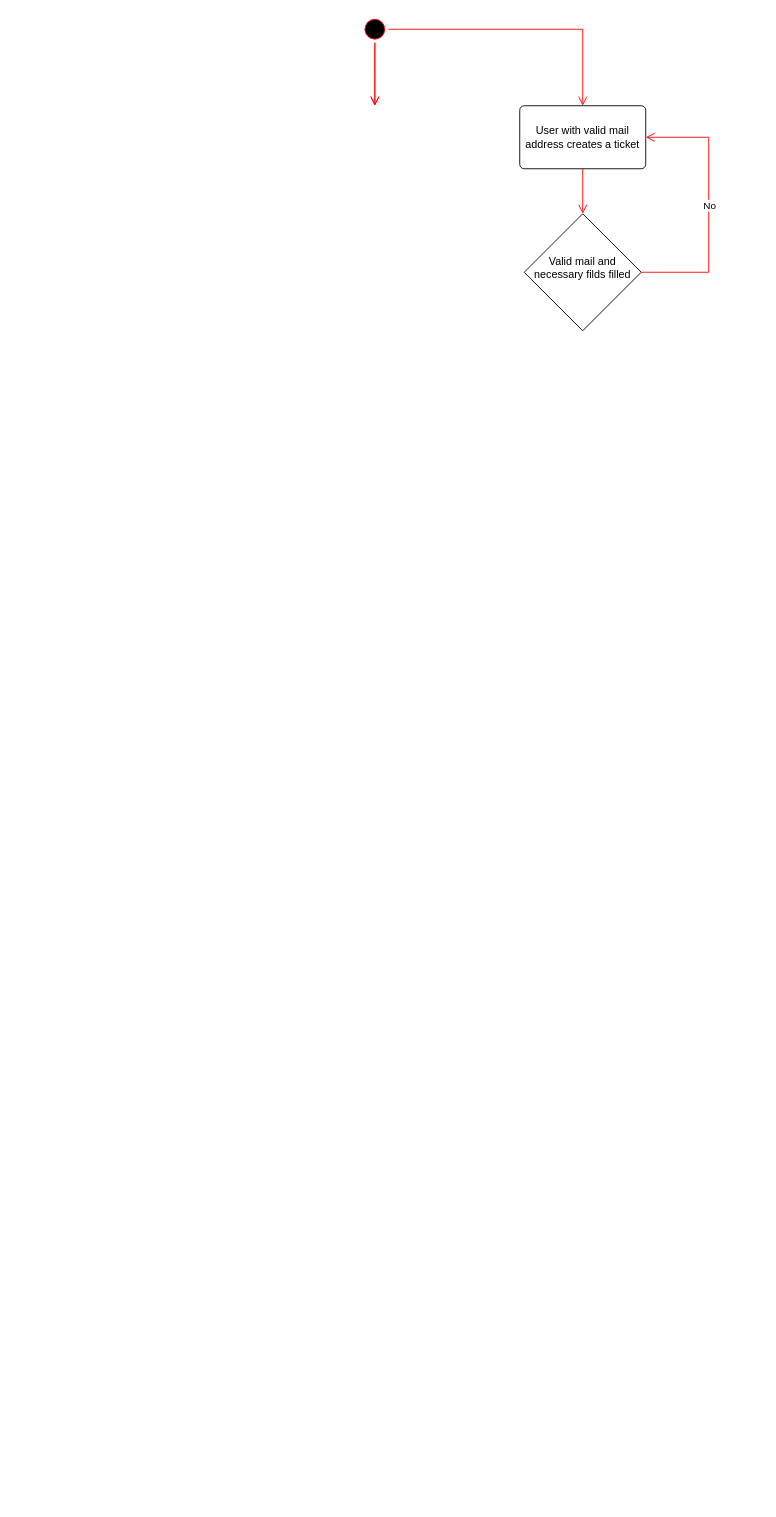
This is page "Página-2" (2 of 2) of Diagrama sem nome.drawio from G-Man27/portfolio-CESAE, a draw.io file, before an edit. Source tidied: cells renumbered, new cells numbered last; positions are measured from the earlier drawing's top-left corner, leaving out a move shared by most shapes. Both pictures are drawn from the tidied source at 90%, with x=0, y=0 at pixel (361, 15).
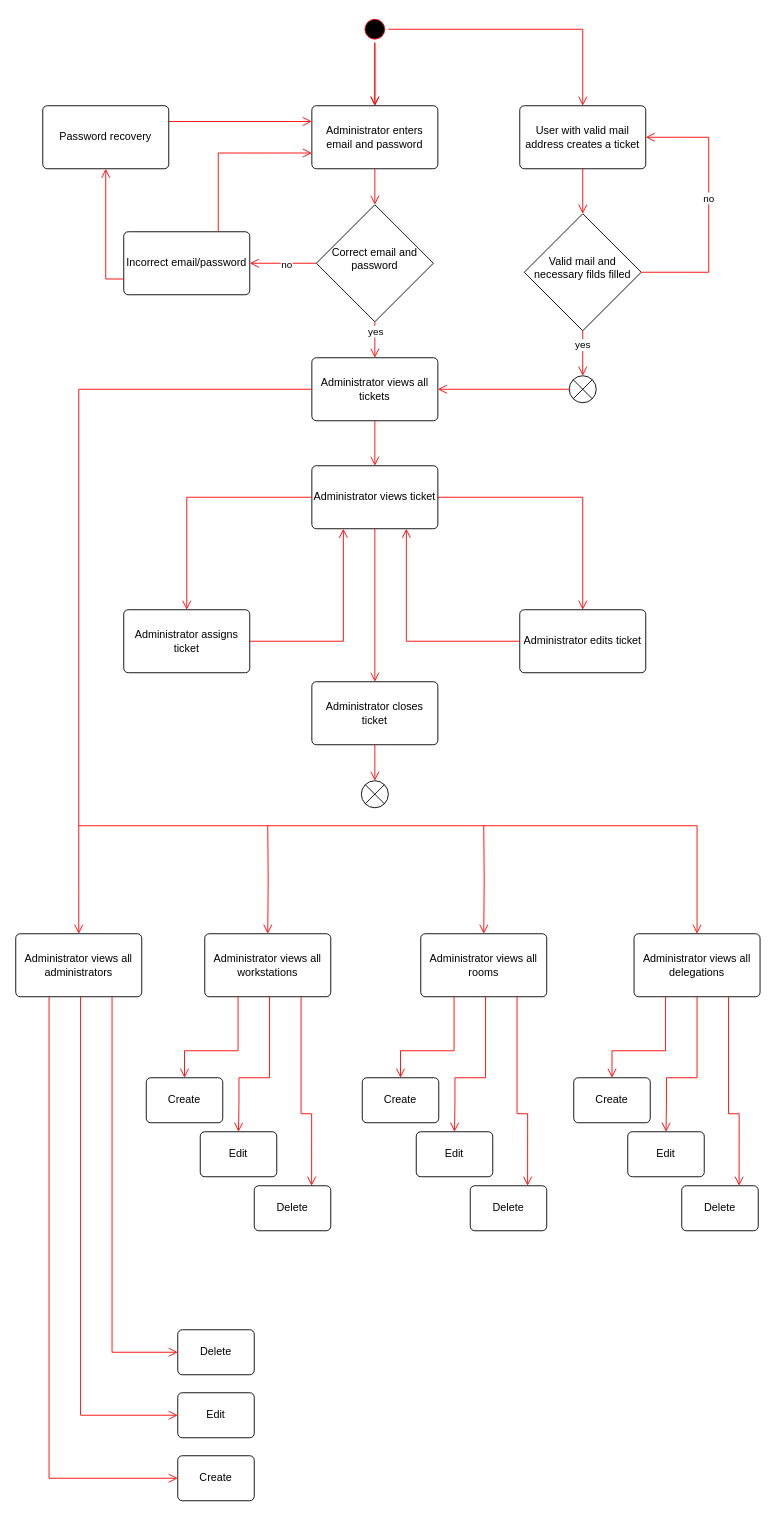
Above is the later version.

Unchanged cells that the change refers to:
```xml
<mxCell id="2" style="ellipse;html=1;shape=startState;fillColor=#000000;strokeColor=#ff0000;" parent="1" vertex="1">
  <mxGeometry width="30" height="30" as="geometry" />
</mxCell>
<mxCell id="5" value="User with valid mail address creates a ticket" style="html=1;align=center;verticalAlign=middle;rounded=1;absoluteArcSize=1;arcSize=10;dashed=0;whiteSpace=wrap;" parent="1" vertex="1">
  <mxGeometry x="176" y="100" width="140" height="70" as="geometry" />
</mxCell>
<mxCell id="6" value="Valid mail and necessary filds filled" style="rhombus;whiteSpace=wrap;html=1;align=center;fontSize=12;horizontal=1;verticalAlign=middle;spacing=3;spacingBottom=11;" parent="1" vertex="1">
  <mxGeometry x="181" y="220" width="130" height="130" as="geometry" />
</mxCell>
```

The edit, as a diff of the source:
```diff
@@
-    <mxCell id="7" style="edgeStyle=orthogonalEdgeStyle;html=1;verticalAlign=bottom;endArrow=open;endSize=8;strokeColor=#ff0000;rounded=0;" parent="1" edge="1" source="2">
-      <mxGeometry relative="1" as="geometry">
-        <mxPoint x="15" y="100" as="targetPoint" />
-        <Array as="points">
-          <mxPoint x="15" y="65" />
-          <mxPoint x="15" y="65" />
-        </Array>
-      </mxGeometry>
+    <mxCell id="7" style="edgeStyle=orthogonalEdgeStyle;html=1;verticalAlign=bottom;endArrow=open;endSize=8;strokeColor=#ff0000;rounded=0;entryX=0.5;entryY=0;entryDx=0;entryDy=0;" parent="1" edge="1" source="2" target="14">
+      <mxGeometry relative="1" as="geometry" />
     </mxCell>
@@
-    <mxCell id="9" style="edgeStyle=orthogonalEdgeStyle;html=1;verticalAlign=bottom;endArrow=open;endSize=8;strokeColor=#ff0000;rounded=0;exitX=1;exitY=0.5;exitDx=0;exitDy=0;entryX=1;entryY=0.5;entryDx=0;entryDy=0;" parent="1" edge="1" source="6" target="5">
+    <mxCell id="9" value="no" style="edgeStyle=orthogonalEdgeStyle;html=1;verticalAlign=bottom;endArrow=open;endSize=8;strokeColor=#ff0000;rounded=0;exitX=1;exitY=0.5;exitDx=0;exitDy=0;entryX=1;entryY=0.5;entryDx=0;entryDy=0;" parent="1" edge="1" source="6" target="5">
       <mxGeometry relative="1" as="geometry">
         <Array as="points">
           <mxPoint x="386" y="285" />
           <mxPoint x="386" y="135" />
         </Array>
       </mxGeometry>
     </mxCell>
-    <mxCell id="10" value="No" style="edgeLabel;html=1;align=center;verticalAlign=middle;" parent="9" vertex="1">
-      <mxGeometry x="0.02" relative="1" as="geometry" />
-    </mxCell>
+    <mxCell id="11" value="yes" style="edgeStyle=orthogonalEdgeStyle;html=1;verticalAlign=bottom;endArrow=open;endSize=8;strokeColor=#ff0000;rounded=0;exitX=0.5;exitY=1;exitDx=0;exitDy=0;entryX=0.5;entryY=0;entryDx=0;entryDy=0;" parent="1" edge="1" source="6" target="12">
+      <mxGeometry relative="1" as="geometry">
+        <Array as="points">
+          <mxPoint x="246" y="380" />
+          <mxPoint x="246" y="380" />
+        </Array>
+      </mxGeometry>
+    </mxCell>
+    <mxCell id="12" style="shape=sumEllipse;perimeter=ellipsePerimeter;html=1;backgroundOutline=1;" parent="1" vertex="1">
+      <mxGeometry x="231" y="400" width="30" height="30" as="geometry" />
+    </mxCell>
+    <mxCell id="13" value="Administrator views all tickets" style="html=1;align=center;verticalAlign=middle;rounded=1;absoluteArcSize=1;arcSize=10;dashed=0;whiteSpace=wrap;" parent="1" vertex="1">
+      <mxGeometry x="-55" y="380" width="140" height="70" as="geometry" />
+    </mxCell>
+    <mxCell id="14" value="Administrator enters email and password" style="html=1;align=center;verticalAlign=middle;rounded=1;absoluteArcSize=1;arcSize=10;dashed=0;whiteSpace=wrap;" parent="1" vertex="1">
+      <mxGeometry x="-55" y="100" width="140" height="70" as="geometry" />
+    </mxCell>
+    <mxCell id="15" value="Correct email and password" style="rhombus;whiteSpace=wrap;html=1;align=center;fontSize=12;horizontal=1;verticalAlign=middle;spacing=3;spacingBottom=11;" parent="1" vertex="1">
+      <mxGeometry x="-50" y="210" width="130" height="130" as="geometry" />
+    </mxCell>
+    <mxCell id="16" style="edgeStyle=orthogonalEdgeStyle;html=1;verticalAlign=bottom;endArrow=open;endSize=8;strokeColor=#ff0000;rounded=0;exitX=0.5;exitY=1;exitDx=0;exitDy=0;entryX=0.5;entryY=0;entryDx=0;entryDy=0;" parent="1" edge="1" source="15" target="13">
+      <mxGeometry relative="1" as="geometry" />
+    </mxCell>
+    <mxCell id="17" value="yes" style="edgeLabel;html=1;align=center;verticalAlign=middle;" parent="16" vertex="1">
+      <mxGeometry x="-0.15" y="4" relative="1" as="geometry">
+        <mxPoint x="-4" y="-7" as="offset" />
+      </mxGeometry>
+    </mxCell>
+    <mxCell id="18" style="edgeStyle=orthogonalEdgeStyle;html=1;verticalAlign=bottom;endArrow=open;endSize=8;strokeColor=#ff0000;rounded=0;exitX=0.5;exitY=1;exitDx=0;exitDy=0;entryX=0.5;entryY=0;entryDx=0;entryDy=0;" parent="1" edge="1" source="14" target="15">
+      <mxGeometry relative="1" as="geometry" />
+    </mxCell>
+    <mxCell id="19" style="edgeStyle=orthogonalEdgeStyle;html=1;verticalAlign=bottom;endArrow=open;endSize=8;strokeColor=#ff0000;rounded=0;exitX=0.5;exitY=1;exitDx=0;exitDy=0;entryX=0.5;entryY=0;entryDx=0;entryDy=0;" parent="1" edge="1" source="13" target="28">
+      <mxGeometry relative="1" as="geometry" />
+    </mxCell>
+    <mxCell id="20" style="edgeStyle=orthogonalEdgeStyle;html=1;verticalAlign=bottom;endArrow=open;endSize=8;strokeColor=#ff0000;rounded=0;exitX=0;exitY=0.5;exitDx=0;exitDy=0;entryX=1;entryY=0.5;entryDx=0;entryDy=0;" parent="1" edge="1" source="12" target="13">
+      <mxGeometry relative="1" as="geometry" />
+    </mxCell>
+    <mxCell id="21" value="Incorrect email/password" style="html=1;align=center;verticalAlign=middle;rounded=1;absoluteArcSize=1;arcSize=10;dashed=0;whiteSpace=wrap;" parent="1" vertex="1">
+      <mxGeometry x="-264" y="240" width="140" height="70" as="geometry" />
+    </mxCell>
+    <mxCell id="22" style="edgeStyle=orthogonalEdgeStyle;html=1;verticalAlign=bottom;endArrow=open;endSize=8;strokeColor=#ff0000;rounded=0;entryX=0;entryY=0.75;entryDx=0;entryDy=0;exitX=0.75;exitY=0;exitDx=0;exitDy=0;" parent="1" edge="1" source="21" target="14">
+      <mxGeometry relative="1" as="geometry" />
+    </mxCell>
+    <mxCell id="23" style="edgeStyle=orthogonalEdgeStyle;html=1;verticalAlign=bottom;endArrow=open;endSize=8;strokeColor=#ff0000;rounded=0;exitX=0;exitY=0.5;exitDx=0;exitDy=0;" parent="1" edge="1" source="15" target="21">
+      <mxGeometry relative="1" as="geometry" />
+    </mxCell>
+    <mxCell id="24" value="no" style="edgeLabel;html=1;align=center;verticalAlign=middle;" parent="23" vertex="1">
+      <mxGeometry x="-0.08" y="1" relative="1" as="geometry" />
+    </mxCell>
+    <mxCell id="25" style="edgeStyle=orthogonalEdgeStyle;html=1;verticalAlign=bottom;endArrow=open;endSize=8;strokeColor=#ff0000;rounded=0;exitX=0;exitY=0.75;exitDx=0;exitDy=0;entryX=0.5;entryY=1;entryDx=0;entryDy=0;" parent="1" edge="1" source="21" target="27">
+      <mxGeometry relative="1" as="geometry" />
+    </mxCell>
+    <mxCell id="26" style="edgeStyle=orthogonalEdgeStyle;html=1;verticalAlign=bottom;endArrow=open;endSize=8;strokeColor=#ff0000;rounded=0;exitX=1;exitY=0.25;exitDx=0;exitDy=0;entryX=0;entryY=0.25;entryDx=0;entryDy=0;" parent="1" edge="1" source="27" target="14">
+      <mxGeometry relative="1" as="geometry" />
+    </mxCell>
+    <mxCell id="27" value="Password recovery" style="html=1;align=center;verticalAlign=middle;rounded=1;absoluteArcSize=1;arcSize=10;dashed=0;whiteSpace=wrap;" parent="1" vertex="1">
+      <mxGeometry x="-354" y="100" width="140" height="70" as="geometry" />
+    </mxCell>
+    <mxCell id="28" value="Administrator views ticket" style="html=1;align=center;verticalAlign=middle;rounded=1;absoluteArcSize=1;arcSize=10;dashed=0;whiteSpace=wrap;" parent="1" vertex="1">
+      <mxGeometry x="-55" y="500" width="140" height="70" as="geometry" />
+    </mxCell>
+    <mxCell id="29" style="edgeStyle=orthogonalEdgeStyle;html=1;verticalAlign=bottom;endArrow=open;endSize=8;strokeColor=#ff0000;rounded=0;exitX=0;exitY=0.5;exitDx=0;exitDy=0;entryX=0.5;entryY=0;entryDx=0;entryDy=0;" parent="1" edge="1" source="28" target="33">
+      <mxGeometry relative="1" as="geometry" />
+    </mxCell>
+    <mxCell id="30" style="edgeStyle=orthogonalEdgeStyle;html=1;verticalAlign=bottom;endArrow=open;endSize=8;strokeColor=#ff0000;rounded=0;exitX=1;exitY=0.5;exitDx=0;exitDy=0;entryX=0.5;entryY=0;entryDx=0;entryDy=0;" parent="1" edge="1" source="28" target="32">
+      <mxGeometry relative="1" as="geometry" />
+    </mxCell>
+    <mxCell id="31" style="edgeStyle=orthogonalEdgeStyle;html=1;verticalAlign=bottom;endArrow=open;endSize=8;strokeColor=#ff0000;rounded=0;exitX=0.5;exitY=1;exitDx=0;exitDy=0;entryX=0.5;entryY=0;entryDx=0;entryDy=0;" parent="1" edge="1" source="28" target="34">
+      <mxGeometry relative="1" as="geometry" />
+    </mxCell>
+    <mxCell id="32" value="Administrator edits ticket" style="html=1;align=center;verticalAlign=middle;rounded=1;absoluteArcSize=1;arcSize=10;dashed=0;whiteSpace=wrap;" parent="1" vertex="1">
+      <mxGeometry x="176" y="660" width="140" height="70" as="geometry" />
+    </mxCell>
+    <mxCell id="33" value="Administrator assigns ticket" style="html=1;align=center;verticalAlign=middle;rounded=1;absoluteArcSize=1;arcSize=10;dashed=0;whiteSpace=wrap;" parent="1" vertex="1">
+      <mxGeometry x="-264" y="660" width="140" height="70" as="geometry" />
+    </mxCell>
+    <mxCell id="34" value="Administrator closes ticket" style="html=1;align=center;verticalAlign=middle;rounded=1;absoluteArcSize=1;arcSize=10;dashed=0;whiteSpace=wrap;" parent="1" vertex="1">
+      <mxGeometry x="-55" y="740" width="140" height="70" as="geometry" />
+    </mxCell>
+    <mxCell id="35" style="edgeStyle=orthogonalEdgeStyle;html=1;verticalAlign=bottom;endArrow=open;endSize=8;strokeColor=#ff0000;rounded=0;exitX=0;exitY=0.5;exitDx=0;exitDy=0;entryX=0.75;entryY=1;entryDx=0;entryDy=0;" parent="1" edge="1" source="32" target="28">
+      <mxGeometry relative="1" as="geometry" />
+    </mxCell>
+    <mxCell id="36" style="edgeStyle=orthogonalEdgeStyle;html=1;verticalAlign=bottom;endArrow=open;endSize=8;strokeColor=#ff0000;rounded=0;exitX=1;exitY=0.5;exitDx=0;exitDy=0;entryX=0.25;entryY=1;entryDx=0;entryDy=0;" parent="1" edge="1" source="33" target="28">
+      <mxGeometry relative="1" as="geometry" />
+    </mxCell>
+    <mxCell id="37" style="shape=sumEllipse;perimeter=ellipsePerimeter;html=1;backgroundOutline=1;" parent="1" vertex="1">
+      <mxGeometry y="850" width="30" height="30" as="geometry" />
+    </mxCell>
+    <mxCell id="38" style="edgeStyle=orthogonalEdgeStyle;html=1;verticalAlign=bottom;endArrow=open;endSize=8;strokeColor=#ff0000;rounded=0;exitX=0.5;exitY=1;exitDx=0;exitDy=0;entryX=0.5;entryY=0;entryDx=0;entryDy=0;" parent="1" edge="1" source="34" target="37">
+      <mxGeometry relative="1" as="geometry" />
+    </mxCell>
+    <mxCell id="39" style="edgeStyle=orthogonalEdgeStyle;html=1;verticalAlign=bottom;endArrow=open;endSize=8;strokeColor=#ff0000;rounded=0;exitX=0;exitY=0.5;exitDx=0;exitDy=0;entryX=0.5;entryY=0;entryDx=0;entryDy=0;" parent="1" edge="1" source="13" target="43">
+      <mxGeometry relative="1" as="geometry">
+        <Array as="points">
+          <mxPoint x="-314" y="415" />
+          <mxPoint x="-314" y="900" />
+          <mxPoint x="373" y="900" />
+        </Array>
+      </mxGeometry>
+    </mxCell>
+    <mxCell id="40" style="edgeStyle=orthogonalEdgeStyle;html=1;verticalAlign=bottom;endArrow=open;endSize=8;strokeColor=#ff0000;rounded=0;entryX=0.5;entryY=0;entryDx=0;entryDy=0;" parent="1" edge="1" target="44">
+      <mxGeometry relative="1" as="geometry">
+        <mxPoint x="136" y="900" as="sourcePoint" />
+      </mxGeometry>
+    </mxCell>
+    <mxCell id="41" style="edgeStyle=orthogonalEdgeStyle;html=1;verticalAlign=bottom;endArrow=open;endSize=8;strokeColor=#ff0000;rounded=0;entryX=0.5;entryY=0;entryDx=0;entryDy=0;" parent="1" edge="1" target="46">
+      <mxGeometry relative="1" as="geometry">
+        <mxPoint x="-314" y="900" as="sourcePoint" />
+        <Array as="points">
+          <mxPoint x="-314" y="970" />
+          <mxPoint x="-314" y="970" />
+        </Array>
+      </mxGeometry>
+    </mxCell>
+    <mxCell id="42" style="edgeStyle=orthogonalEdgeStyle;html=1;verticalAlign=bottom;endArrow=open;endSize=8;strokeColor=#ff0000;rounded=0;entryX=0.5;entryY=0;entryDx=0;entryDy=0;" parent="1" edge="1" target="45">
+      <mxGeometry relative="1" as="geometry">
+        <mxPoint x="-104" y="900" as="sourcePoint" />
+      </mxGeometry>
+    </mxCell>
+    <mxCell id="43" value="Administrator views all delegations" style="html=1;align=center;verticalAlign=middle;rounded=1;absoluteArcSize=1;arcSize=10;dashed=0;whiteSpace=wrap;" parent="1" vertex="1">
+      <mxGeometry x="303" y="1020" width="140" height="70" as="geometry" />
+    </mxCell>
+    <mxCell id="44" value="Administrator views all rooms" style="html=1;align=center;verticalAlign=middle;rounded=1;absoluteArcSize=1;arcSize=10;dashed=0;whiteSpace=wrap;" parent="1" vertex="1">
+      <mxGeometry x="66" y="1020" width="140" height="70" as="geometry" />
+    </mxCell>
+    <mxCell id="45" value="Administrator views all workstations" style="html=1;align=center;verticalAlign=middle;rounded=1;absoluteArcSize=1;arcSize=10;dashed=0;whiteSpace=wrap;" parent="1" vertex="1">
+      <mxGeometry x="-174" y="1020" width="140" height="70" as="geometry" />
+    </mxCell>
+    <mxCell id="46" value="Administrator views all administrators" style="html=1;align=center;verticalAlign=middle;rounded=1;absoluteArcSize=1;arcSize=10;dashed=0;whiteSpace=wrap;" parent="1" vertex="1">
+      <mxGeometry x="-384" y="1020" width="140" height="70" as="geometry" />
+    </mxCell>
+    <mxCell id="47" style="edgeStyle=orthogonalEdgeStyle;html=1;verticalAlign=bottom;endArrow=open;endSize=8;strokeColor=#ff0000;rounded=0;exitX=0.75;exitY=1;exitDx=0;exitDy=0;entryX=0.75;entryY=0;entryDx=0;entryDy=0;" parent="1" edge="1" source="43" target="50">
+      <mxGeometry relative="1" as="geometry">
+        <Array as="points">
+          <mxPoint x="408" y="1220" />
+          <mxPoint x="420" y="1220" />
+        </Array>
+      </mxGeometry>
+    </mxCell>
+    <mxCell id="48" style="edgeStyle=orthogonalEdgeStyle;html=1;verticalAlign=bottom;endArrow=open;endSize=8;strokeColor=#ff0000;rounded=0;exitX=0.5;exitY=1;exitDx=0;exitDy=0;entryX=0.5;entryY=0;entryDx=0;entryDy=0;" parent="1" edge="1" source="43" target="51">
+      <mxGeometry relative="1" as="geometry">
+        <Array as="points">
+          <mxPoint x="373" y="1180" />
+          <mxPoint x="339" y="1180" />
+          <mxPoint x="339" y="1210" />
+        </Array>
+      </mxGeometry>
+    </mxCell>
+    <mxCell id="49" style="edgeStyle=orthogonalEdgeStyle;html=1;verticalAlign=bottom;endArrow=open;endSize=8;strokeColor=#ff0000;rounded=0;exitX=0.25;exitY=1;exitDx=0;exitDy=0;entryX=0.5;entryY=0;entryDx=0;entryDy=0;" parent="1" edge="1" source="43" target="52">
+      <mxGeometry relative="1" as="geometry">
+        <Array as="points">
+          <mxPoint x="338" y="1150" />
+          <mxPoint x="279" y="1150" />
+        </Array>
+      </mxGeometry>
+    </mxCell>
+    <mxCell id="50" value="Delete" style="html=1;align=center;verticalAlign=middle;rounded=1;absoluteArcSize=1;arcSize=10;dashed=0;whiteSpace=wrap;" parent="1" vertex="1">
+      <mxGeometry x="356" y="1300" width="85" height="50" as="geometry" />
+    </mxCell>
+    <mxCell id="51" value="Edit" style="html=1;align=center;verticalAlign=middle;rounded=1;absoluteArcSize=1;arcSize=10;dashed=0;whiteSpace=wrap;" parent="1" vertex="1">
+      <mxGeometry x="296" y="1240" width="85" height="50" as="geometry" />
+    </mxCell>
+    <mxCell id="52" value="Create" style="html=1;align=center;verticalAlign=middle;rounded=1;absoluteArcSize=1;arcSize=10;dashed=0;whiteSpace=wrap;" parent="1" vertex="1">
+      <mxGeometry x="236" y="1180" width="85" height="50" as="geometry" />
+    </mxCell>
+    <mxCell id="53" style="edgeStyle=orthogonalEdgeStyle;html=1;verticalAlign=bottom;endArrow=open;endSize=8;strokeColor=#ff0000;rounded=0;exitX=0.75;exitY=1;exitDx=0;exitDy=0;entryX=0.75;entryY=0;entryDx=0;entryDy=0;" parent="1" edge="1" target="56">
+      <mxGeometry relative="1" as="geometry">
+        <mxPoint x="173" y="1090" as="sourcePoint" />
+        <Array as="points">
+          <mxPoint x="173" y="1220" />
+          <mxPoint x="185" y="1220" />
+        </Array>
+      </mxGeometry>
+    </mxCell>
+    <mxCell id="54" style="edgeStyle=orthogonalEdgeStyle;html=1;verticalAlign=bottom;endArrow=open;endSize=8;strokeColor=#ff0000;rounded=0;exitX=0.5;exitY=1;exitDx=0;exitDy=0;entryX=0.5;entryY=0;entryDx=0;entryDy=0;" parent="1" edge="1" target="57">
+      <mxGeometry relative="1" as="geometry">
+        <mxPoint x="138" y="1090" as="sourcePoint" />
+        <Array as="points">
+          <mxPoint x="138" y="1180" />
+          <mxPoint x="104" y="1180" />
+          <mxPoint x="104" y="1210" />
+        </Array>
+      </mxGeometry>
+    </mxCell>
+    <mxCell id="55" style="edgeStyle=orthogonalEdgeStyle;html=1;verticalAlign=bottom;endArrow=open;endSize=8;strokeColor=#ff0000;rounded=0;exitX=0.25;exitY=1;exitDx=0;exitDy=0;entryX=0.5;entryY=0;entryDx=0;entryDy=0;" parent="1" edge="1" target="58">
+      <mxGeometry relative="1" as="geometry">
+        <mxPoint x="103" y="1090" as="sourcePoint" />
+        <Array as="points">
+          <mxPoint x="103" y="1150" />
+          <mxPoint x="44" y="1150" />
+        </Array>
+      </mxGeometry>
+    </mxCell>
+    <mxCell id="56" value="Delete" style="html=1;align=center;verticalAlign=middle;rounded=1;absoluteArcSize=1;arcSize=10;dashed=0;whiteSpace=wrap;" parent="1" vertex="1">
+      <mxGeometry x="121" y="1300" width="85" height="50" as="geometry" />
+    </mxCell>
+    <mxCell id="57" value="Edit" style="html=1;align=center;verticalAlign=middle;rounded=1;absoluteArcSize=1;arcSize=10;dashed=0;whiteSpace=wrap;" parent="1" vertex="1">
+      <mxGeometry x="61" y="1240" width="85" height="50" as="geometry" />
+    </mxCell>
+    <mxCell id="58" value="Create" style="html=1;align=center;verticalAlign=middle;rounded=1;absoluteArcSize=1;arcSize=10;dashed=0;whiteSpace=wrap;" parent="1" vertex="1">
+      <mxGeometry x="1" y="1180" width="85" height="50" as="geometry" />
+    </mxCell>
+    <mxCell id="59" style="edgeStyle=orthogonalEdgeStyle;html=1;verticalAlign=bottom;endArrow=open;endSize=8;strokeColor=#ff0000;rounded=0;exitX=0.75;exitY=1;exitDx=0;exitDy=0;entryX=0.75;entryY=0;entryDx=0;entryDy=0;" parent="1" edge="1" target="62">
+      <mxGeometry relative="1" as="geometry">
+        <mxPoint x="-67" y="1090" as="sourcePoint" />
+        <Array as="points">
+          <mxPoint x="-67" y="1220" />
+          <mxPoint x="-55" y="1220" />
+        </Array>
+      </mxGeometry>
+    </mxCell>
+    <mxCell id="60" style="edgeStyle=orthogonalEdgeStyle;html=1;verticalAlign=bottom;endArrow=open;endSize=8;strokeColor=#ff0000;rounded=0;exitX=0.5;exitY=1;exitDx=0;exitDy=0;entryX=0.5;entryY=0;entryDx=0;entryDy=0;" parent="1" edge="1" target="63">
+      <mxGeometry relative="1" as="geometry">
+        <mxPoint x="-102" y="1090" as="sourcePoint" />
+        <Array as="points">
+          <mxPoint x="-102" y="1180" />
+          <mxPoint x="-136" y="1180" />
+          <mxPoint x="-136" y="1210" />
+        </Array>
+      </mxGeometry>
+    </mxCell>
+    <mxCell id="61" style="edgeStyle=orthogonalEdgeStyle;html=1;verticalAlign=bottom;endArrow=open;endSize=8;strokeColor=#ff0000;rounded=0;exitX=0.25;exitY=1;exitDx=0;exitDy=0;entryX=0.5;entryY=0;entryDx=0;entryDy=0;" parent="1" edge="1" target="64">
+      <mxGeometry relative="1" as="geometry">
+        <mxPoint x="-137" y="1090" as="sourcePoint" />
+        <Array as="points">
+          <mxPoint x="-137" y="1150" />
+          <mxPoint x="-196" y="1150" />
+        </Array>
+      </mxGeometry>
+    </mxCell>
+    <mxCell id="62" value="Delete" style="html=1;align=center;verticalAlign=middle;rounded=1;absoluteArcSize=1;arcSize=10;dashed=0;whiteSpace=wrap;" parent="1" vertex="1">
+      <mxGeometry x="-119" y="1300" width="85" height="50" as="geometry" />
+    </mxCell>
+    <mxCell id="63" value="Edit" style="html=1;align=center;verticalAlign=middle;rounded=1;absoluteArcSize=1;arcSize=10;dashed=0;whiteSpace=wrap;" parent="1" vertex="1">
+      <mxGeometry x="-179" y="1240" width="85" height="50" as="geometry" />
+    </mxCell>
+    <mxCell id="64" value="Create" style="html=1;align=center;verticalAlign=middle;rounded=1;absoluteArcSize=1;arcSize=10;dashed=0;whiteSpace=wrap;" parent="1" vertex="1">
+      <mxGeometry x="-239" y="1180" width="85" height="50" as="geometry" />
+    </mxCell>
+    <mxCell id="65" style="edgeStyle=orthogonalEdgeStyle;html=1;verticalAlign=bottom;endArrow=open;endSize=8;strokeColor=#ff0000;rounded=0;exitX=0.75;exitY=1;exitDx=0;exitDy=0;entryX=0;entryY=0.5;entryDx=0;entryDy=0;" parent="1" edge="1" target="68">
+      <mxGeometry relative="1" as="geometry">
+        <mxPoint x="-277" y="1090" as="sourcePoint" />
+        <Array as="points">
+          <mxPoint x="-277" y="1485" />
+        </Array>
+      </mxGeometry>
+    </mxCell>
+    <mxCell id="66" style="edgeStyle=orthogonalEdgeStyle;html=1;verticalAlign=bottom;endArrow=open;endSize=8;strokeColor=#ff0000;rounded=0;exitX=0.5;exitY=1;exitDx=0;exitDy=0;entryX=0;entryY=0.5;entryDx=0;entryDy=0;" parent="1" edge="1" target="69">
+      <mxGeometry relative="1" as="geometry">
+        <mxPoint x="-312" y="1090" as="sourcePoint" />
+        <Array as="points">
+          <mxPoint x="-312" y="1555" />
+        </Array>
+      </mxGeometry>
+    </mxCell>
+    <mxCell id="67" style="edgeStyle=orthogonalEdgeStyle;html=1;verticalAlign=bottom;endArrow=open;endSize=8;strokeColor=#ff0000;rounded=0;exitX=0.25;exitY=1;exitDx=0;exitDy=0;entryX=0;entryY=0.5;entryDx=0;entryDy=0;" parent="1" edge="1" target="70">
+      <mxGeometry relative="1" as="geometry">
+        <mxPoint x="-347" y="1090" as="sourcePoint" />
+        <Array as="points">
+          <mxPoint x="-347" y="1625" />
+        </Array>
+      </mxGeometry>
+    </mxCell>
+    <mxCell id="68" value="Delete" style="html=1;align=center;verticalAlign=middle;rounded=1;absoluteArcSize=1;arcSize=10;dashed=0;whiteSpace=wrap;" parent="1" vertex="1">
+      <mxGeometry x="-204" y="1460" width="85" height="50" as="geometry" />
+    </mxCell>
+    <mxCell id="69" value="Edit" style="html=1;align=center;verticalAlign=middle;rounded=1;absoluteArcSize=1;arcSize=10;dashed=0;whiteSpace=wrap;" parent="1" vertex="1">
+      <mxGeometry x="-204" y="1530" width="85" height="50" as="geometry" />
+    </mxCell>
+    <mxCell id="70" value="Create" style="html=1;align=center;verticalAlign=middle;rounded=1;absoluteArcSize=1;arcSize=10;dashed=0;whiteSpace=wrap;" parent="1" vertex="1">
+      <mxGeometry x="-204" y="1600" width="85" height="50" as="geometry" />
+    </mxCell>
```
